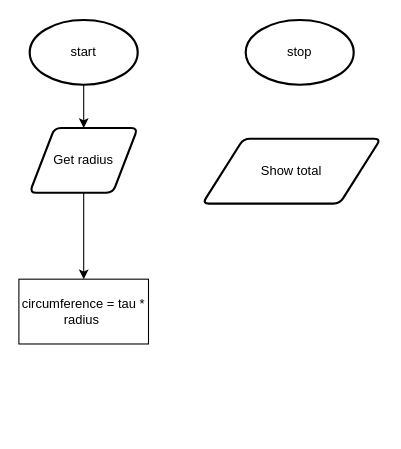
The draw.io diagram page "FlowChart" (2 of 2) of design.drawio in mohammedal-ess/ICS3U-Unit2-04-Python, before the edit. Source tidied: cells renumbered, new cells numbered last; positions are measured from the earlier drawing's top-left corner, leaving out a move shared by most shapes. Both pictures are drawn from the tidied source at 108%, with x=0, y=0 at pixel (18, 19).
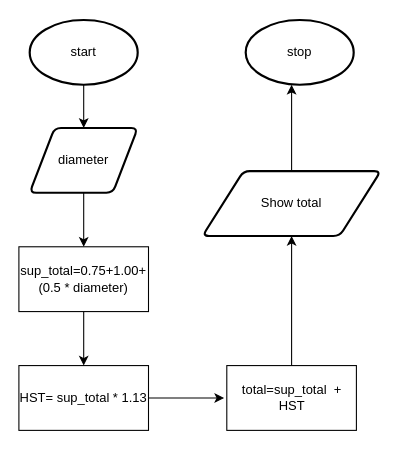
Above is the later version.

Diff of the diagram source:
```diff
@@
 <mxGraphModel>
   <root>
     <mxCell id="0" />
     <mxCell id="1" parent="0" />
-    <mxCell id="2" style="edgeStyle=none;html=1;entryX=0.5;entryY=0;entryDx=0;entryDy=0;" parent="1" edge="1" source="3" target="5">
+    <mxCell id="2" style="edgeStyle=orthogonalEdgeStyle;html=1;entryX=0.5;entryY=0;entryDx=0;entryDy=0;rounded=0;" parent="1" edge="1" source="3" target="5">
       <mxGeometry relative="1" as="geometry" />
     </mxCell>
     <mxCell id="3" value="start" style="strokeWidth=2;html=1;shape=mxgraph.flowchart.start_1;whiteSpace=wrap;" parent="1" vertex="1">
       <mxGeometry x="10" width="100" height="60" as="geometry" />
     </mxCell>
-    <mxCell id="4" style="edgeStyle=none;html=1;entryX=0.5;entryY=0;entryDx=0;entryDy=0;" parent="1" edge="1" source="5" target="6">
-      <mxGeometry relative="1" as="geometry" />
-    </mxCell>
+    <mxCell id="9" style="edgeStyle=orthogonalEdgeStyle;rounded=0;html=1;entryX=0.5;entryY=0;entryDx=0;entryDy=0;" parent="1" edge="1" source="5" target="15">
+      <mxGeometry relative="1" as="geometry" />
+    </mxCell>
-    <mxCell id="5" value="Get radius" style="shape=parallelogram;html=1;strokeWidth=2;perimeter=parallelogramPerimeter;whiteSpace=wrap;rounded=1;arcSize=12;size=0.23;" parent="1" vertex="1">
+    <mxCell id="5" value="diameter" style="shape=parallelogram;html=1;strokeWidth=2;perimeter=parallelogramPerimeter;whiteSpace=wrap;rounded=1;arcSize=12;size=0.23;" parent="1" vertex="1">
       <mxGeometry x="10" y="100" width="100" height="60" as="geometry" />
     </mxCell>
+    <mxCell id="10" style="edgeStyle=orthogonalEdgeStyle;rounded=0;html=1;" parent="1" edge="1" source="6">
+      <mxGeometry relative="1" as="geometry">
+        <mxPoint x="190" y="350" as="targetPoint" />
+      </mxGeometry>
+    </mxCell>
-    <mxCell id="6" value="circumference = tau *&lt;br&gt;radius&amp;nbsp;" style="rounded=0;whiteSpace=wrap;html=1;" parent="1" vertex="1">
-      <mxGeometry y="240" width="120" height="60" as="geometry" />
+    <mxCell id="6" value="HST= sup_total * 1.13" style="rounded=0;whiteSpace=wrap;html=1;" parent="1" vertex="1">
+      <mxGeometry y="320" width="120" height="60" as="geometry" />
     </mxCell>
+    <mxCell id="11" style="edgeStyle=orthogonalEdgeStyle;rounded=0;html=1;entryX=0.425;entryY=1;entryDx=0;entryDy=0;entryPerimeter=0;" parent="1" edge="1" source="7" target="8">
+      <mxGeometry relative="1" as="geometry" />
+    </mxCell>
     <mxCell id="7" value="Show total" style="shape=parallelogram;html=1;strokeWidth=2;perimeter=parallelogramPerimeter;whiteSpace=wrap;rounded=1;arcSize=12;size=0.23;" parent="1" vertex="1">
-      <mxGeometry x="170" y="110" width="165" height="60" as="geometry" />
+      <mxGeometry x="170" y="140" width="165" height="60" as="geometry" />
     </mxCell>
     <mxCell id="8" value="stop" style="strokeWidth=2;html=1;shape=mxgraph.flowchart.start_1;whiteSpace=wrap;" parent="1" vertex="1">
       <mxGeometry x="210" width="100" height="60" as="geometry" />
     </mxCell>
+    <mxCell id="12" style="edgeStyle=orthogonalEdgeStyle;rounded=0;html=1;entryX=0.5;entryY=1;entryDx=0;entryDy=0;" parent="1" edge="1" source="13" target="7">
+      <mxGeometry relative="1" as="geometry" />
+    </mxCell>
+    <mxCell id="13" value="&lt;span&gt;total=sup_total&amp;nbsp; + HST&lt;/span&gt;" style="rounded=0;whiteSpace=wrap;html=1;" parent="1" vertex="1">
+      <mxGeometry x="192.5" y="320" width="120" height="60" as="geometry" />
+    </mxCell>
+    <mxCell id="14" style="edgeStyle=orthogonalEdgeStyle;rounded=0;html=1;entryX=0.5;entryY=0;entryDx=0;entryDy=0;" parent="1" edge="1" source="15" target="6">
+      <mxGeometry relative="1" as="geometry" />
+    </mxCell>
+    <mxCell id="15" value="&lt;span&gt;sup_total=0.75+1.00+(0.5 * diameter)&lt;/span&gt;" style="rounded=0;whiteSpace=wrap;html=1;" parent="1" vertex="1">
+      <mxGeometry y="210" width="120" height="60" as="geometry" />
+    </mxCell>
   </root>
 </mxGraphModel>
```
